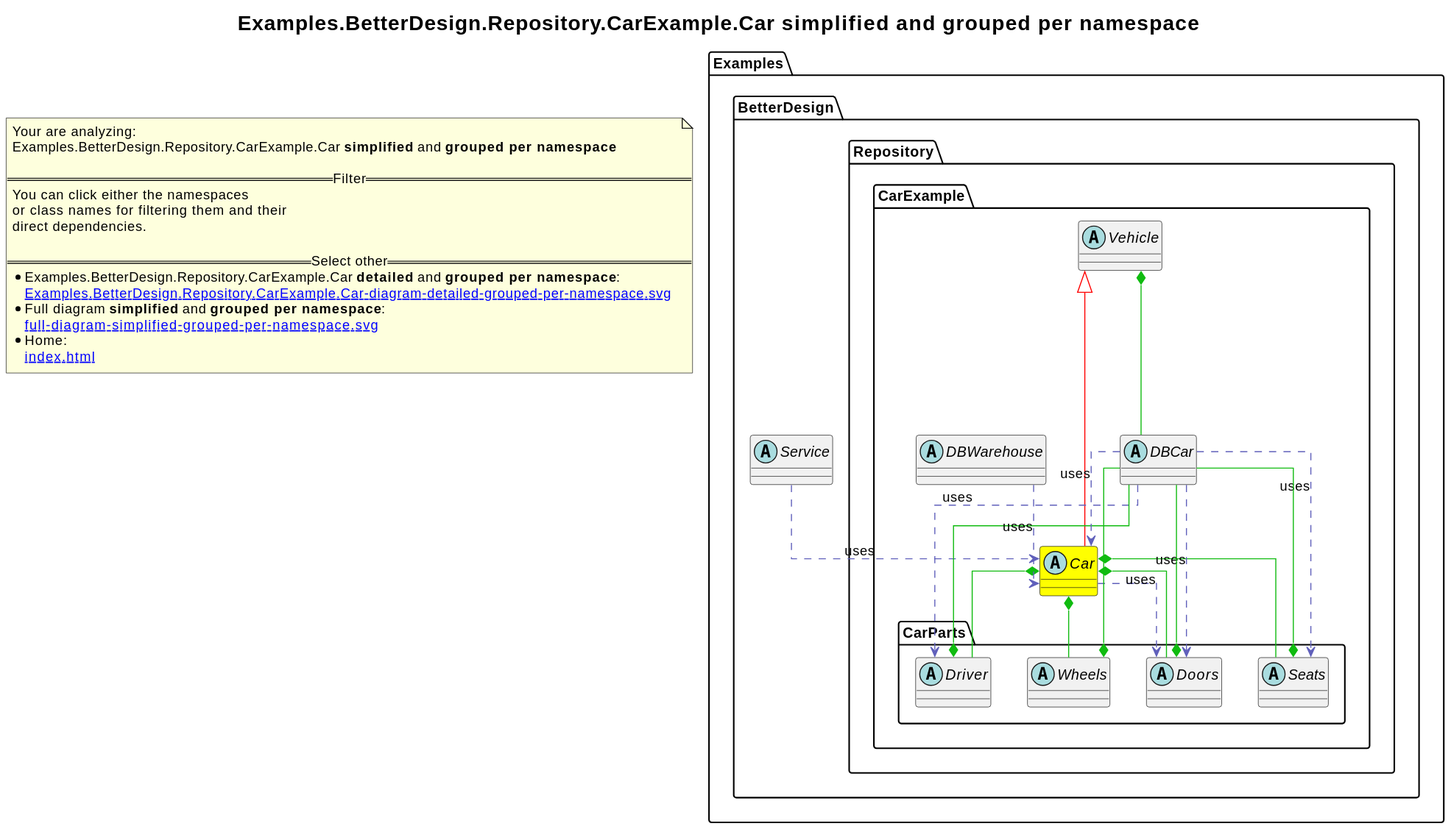
The PlantUML diagram revenger-csharp-adapter.out/Examples.BetterDesign.Repository.CarExample.Car-diagram-simplified-grouped-per-namespace.svg in 2BlackCoffees/revenger, before a commit.
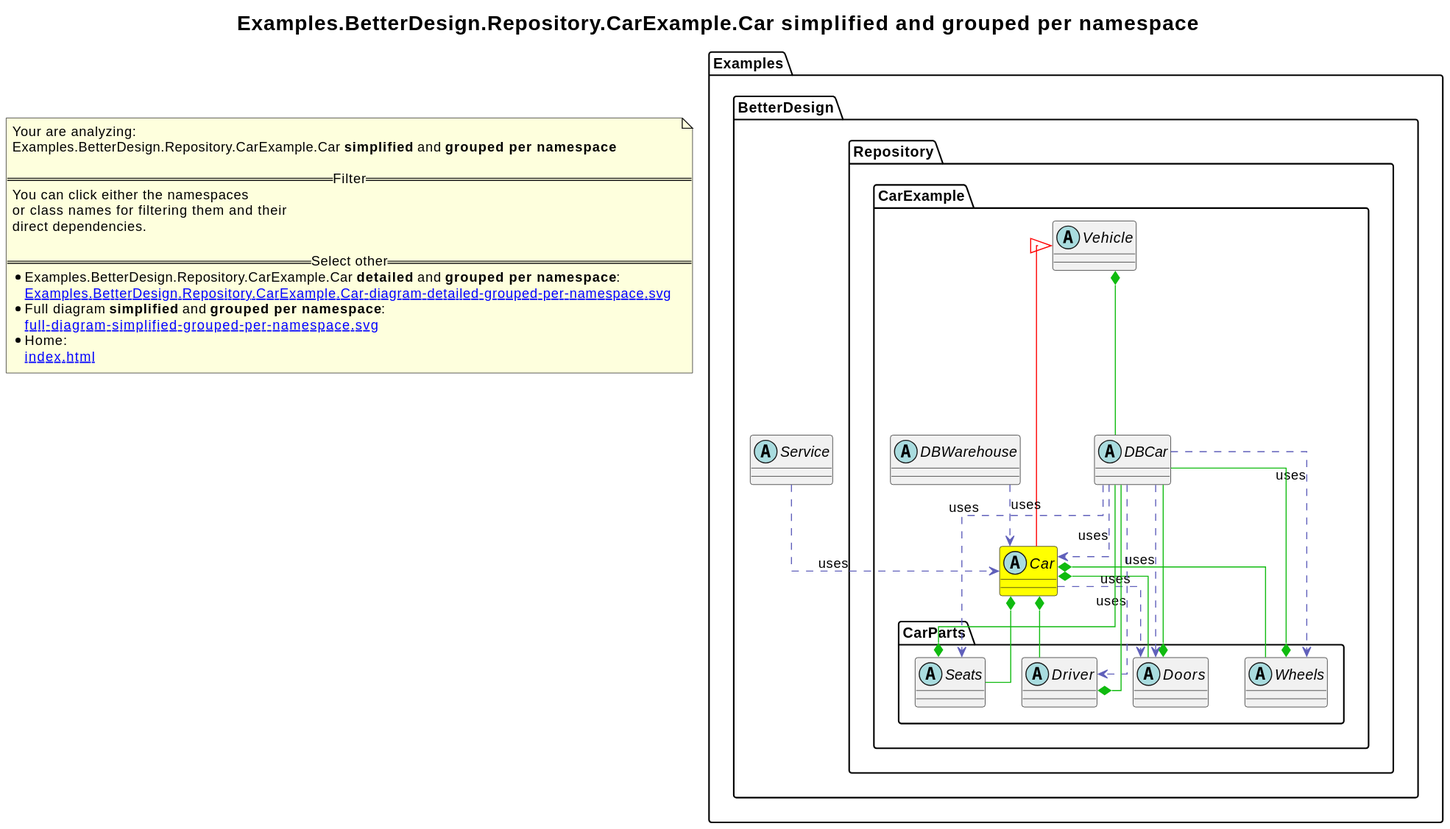
After the commit.

Diff of the diagram source:
```diff
@@ -54,6 +54,7 @@
 Examples.BetterDesign.Repository.CarExample.DBCar .[#6060BB].> Examples.BetterDesign.Repository.CarExample.Car  : uses
 Examples.BetterDesign.Repository.CarExample.DBCar .[#6060BB].> Examples.BetterDesign.Repository.CarExample.CarParts.Seats  : uses
 Examples.BetterDesign.Repository.CarExample.DBCar .[#6060BB].> Examples.BetterDesign.Repository.CarExample.CarParts.Doors  : uses
+Examples.BetterDesign.Repository.CarExample.DBCar .[#6060BB].> Examples.BetterDesign.Repository.CarExample.CarParts.Wheels  : uses
 Examples.BetterDesign.Repository.CarExample.DBWarehouse .[#6060BB].> Examples.BetterDesign.Repository.CarExample.Car  : uses
 Examples.BetterDesign.Repository.CarExample.CarParts.Wheels *-[#10BB10]- Examples.BetterDesign.Repository.CarExample.DBCar
 Examples.BetterDesign.Repository.CarExample.CarParts.Seats *-[#10BB10]- Examples.BetterDesign.Repository.CarExample.DBCar
```
